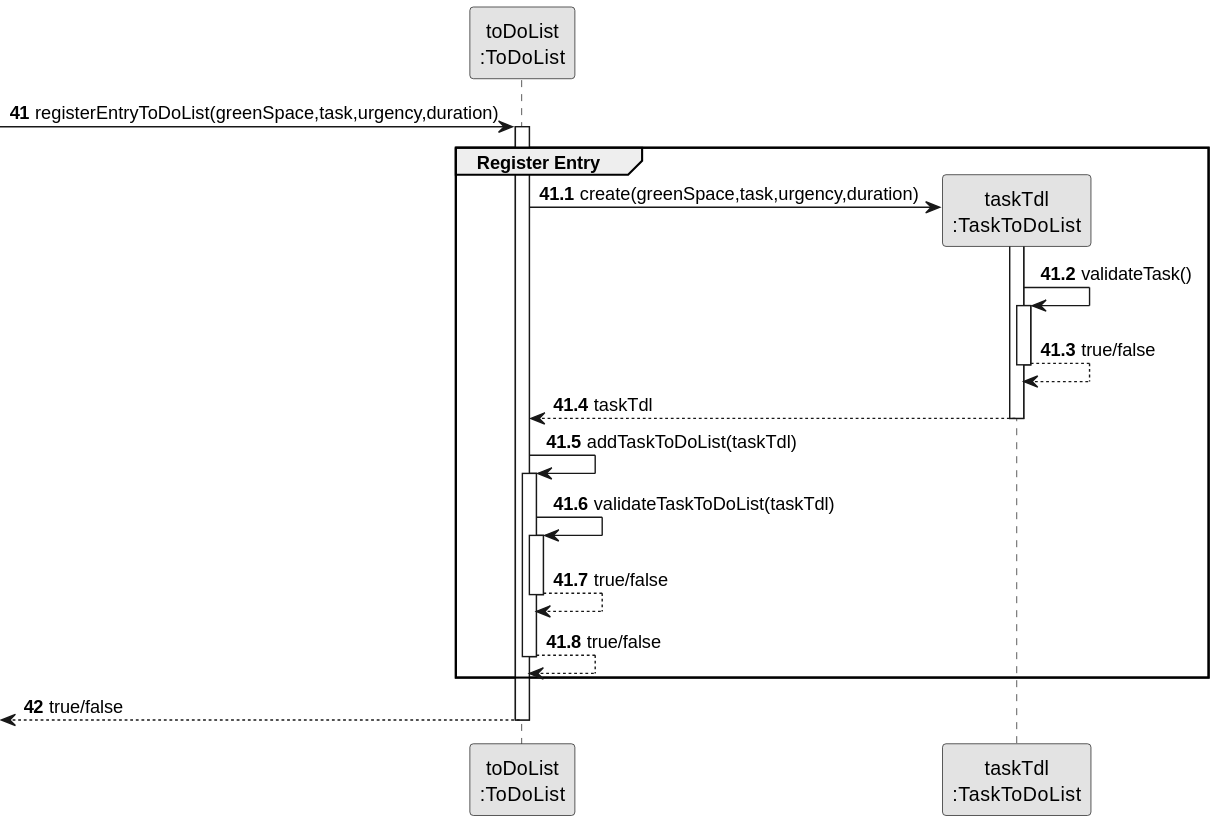
This is docs/sprint3/us21/03.design/svg/us21-sequence-diagram-partial-add-to-do-list.svg from Departamento-de-Engenharia-Informatica/lei-24-s2-1db-g022, a PlantUML export, as it was before one commit.
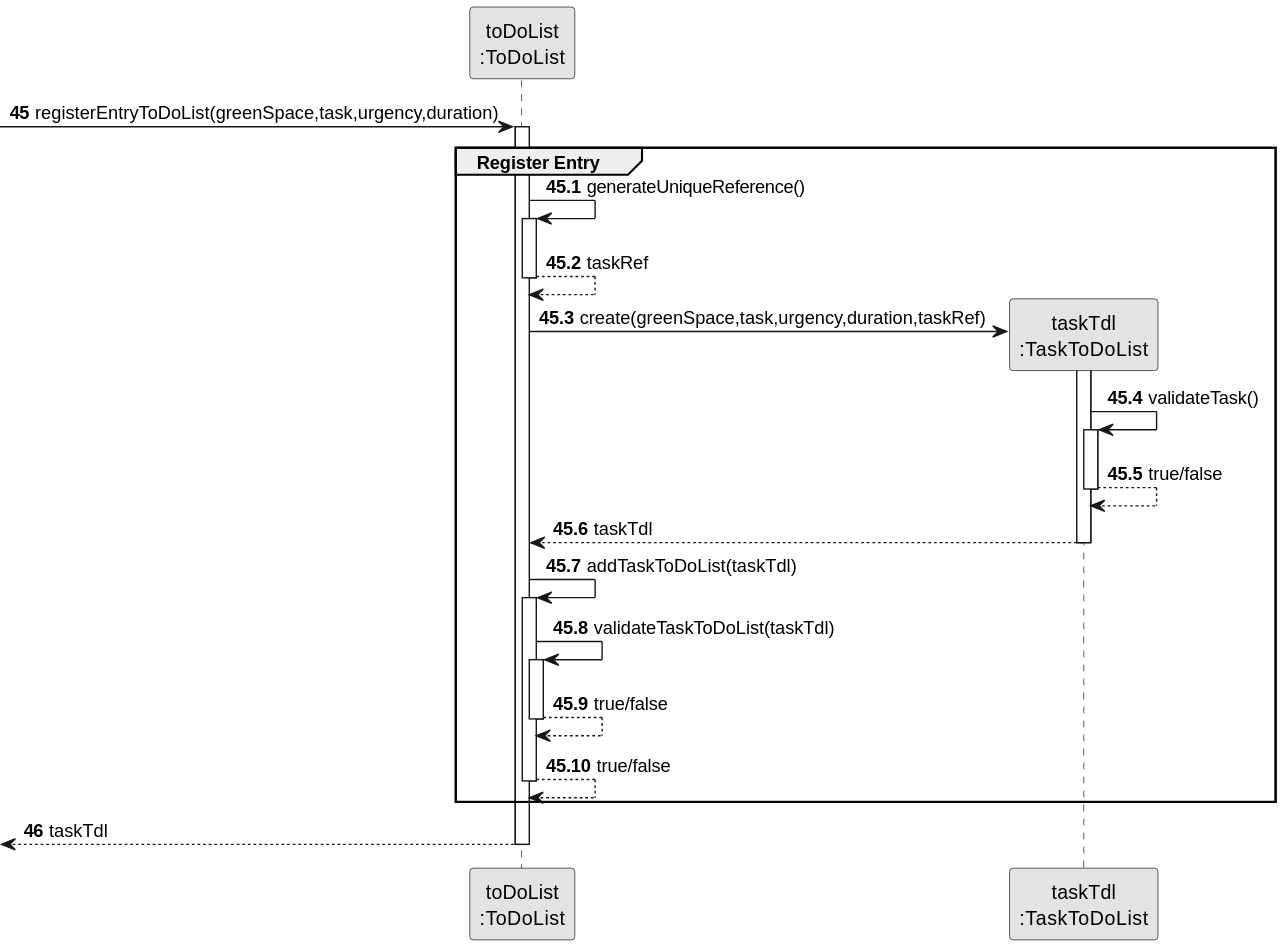
Above is the later version.

The edit, as a diff of the source:
```diff
@@ -6,14 +6,20 @@
 participant "toDoList\n:ToDoList" as TDL
 participant "taskTdl\n:TaskToDoList" as TTDL
 
-autonumber 41
+autonumber 45
 -> TDL: registerEntryToDoList(greenSpace,task,urgency,duration)
 
-autonumber 41.1
+autonumber 45.1
 activate TDL
     group Register Entry
 
-        TDL -> TTDL**: create(greenSpace,task,urgency,duration)
+
+        TDL -> TDL: generateUniqueReference()
+        activate TDL
+        TDL --> TDL: taskRef
+        deactivate TDL
+
+        TDL -> TTDL**: create(greenSpace,task,urgency,duration,taskRef)
 
     activate TTDL
 
@@ -39,7 +45,7 @@
     deactivate TDL
     end
 
-    autonumber 42
-    <-- TDL : true/false
+    autonumber 46
+    <-- TDL : taskTdl
 deactivate TDL
 @enduml
```
